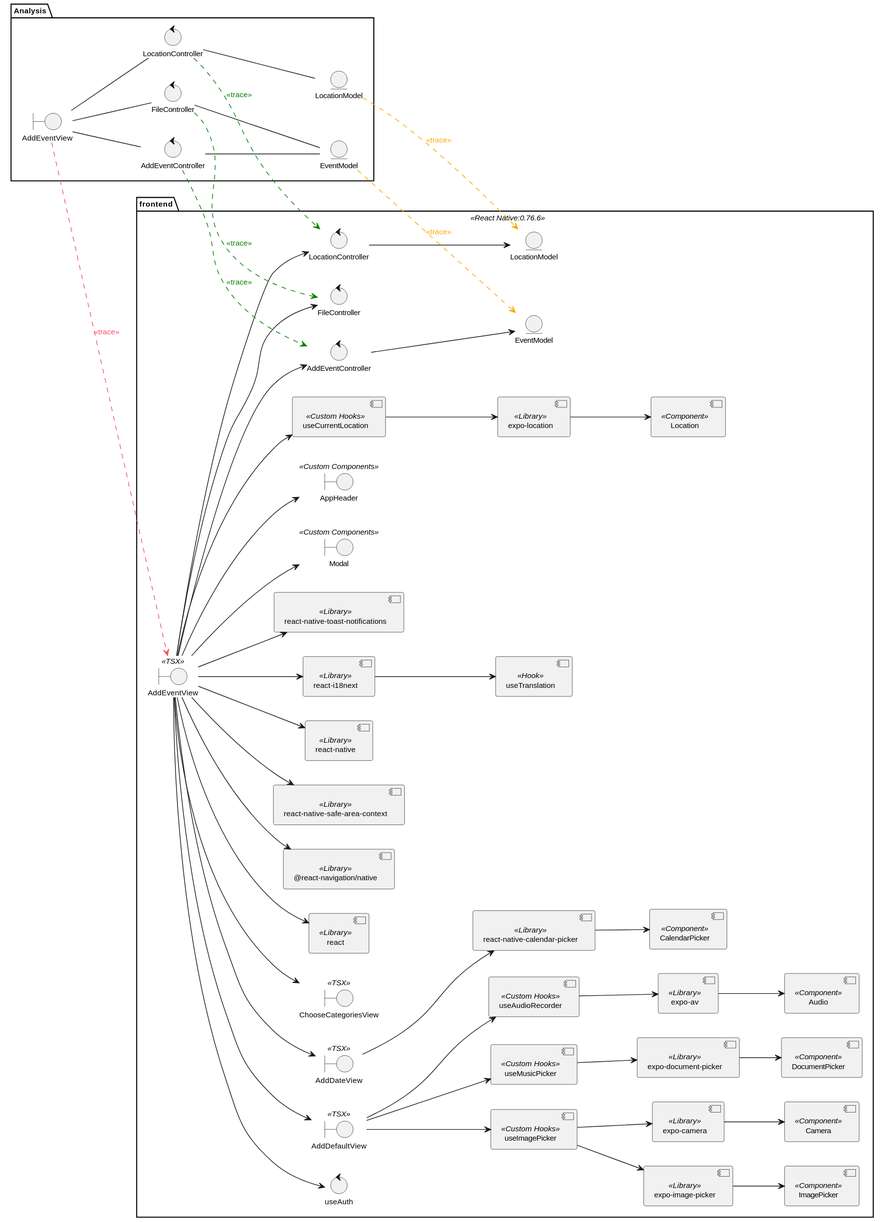
Before: Diseño/React Native/UC 6 Diseño/diagramas/TraceAnalysisClassDiagram.svg, a diagram exported from PlantUML (valeraruggierotesisucv/tesis-frameworks-mobile-diagrams).
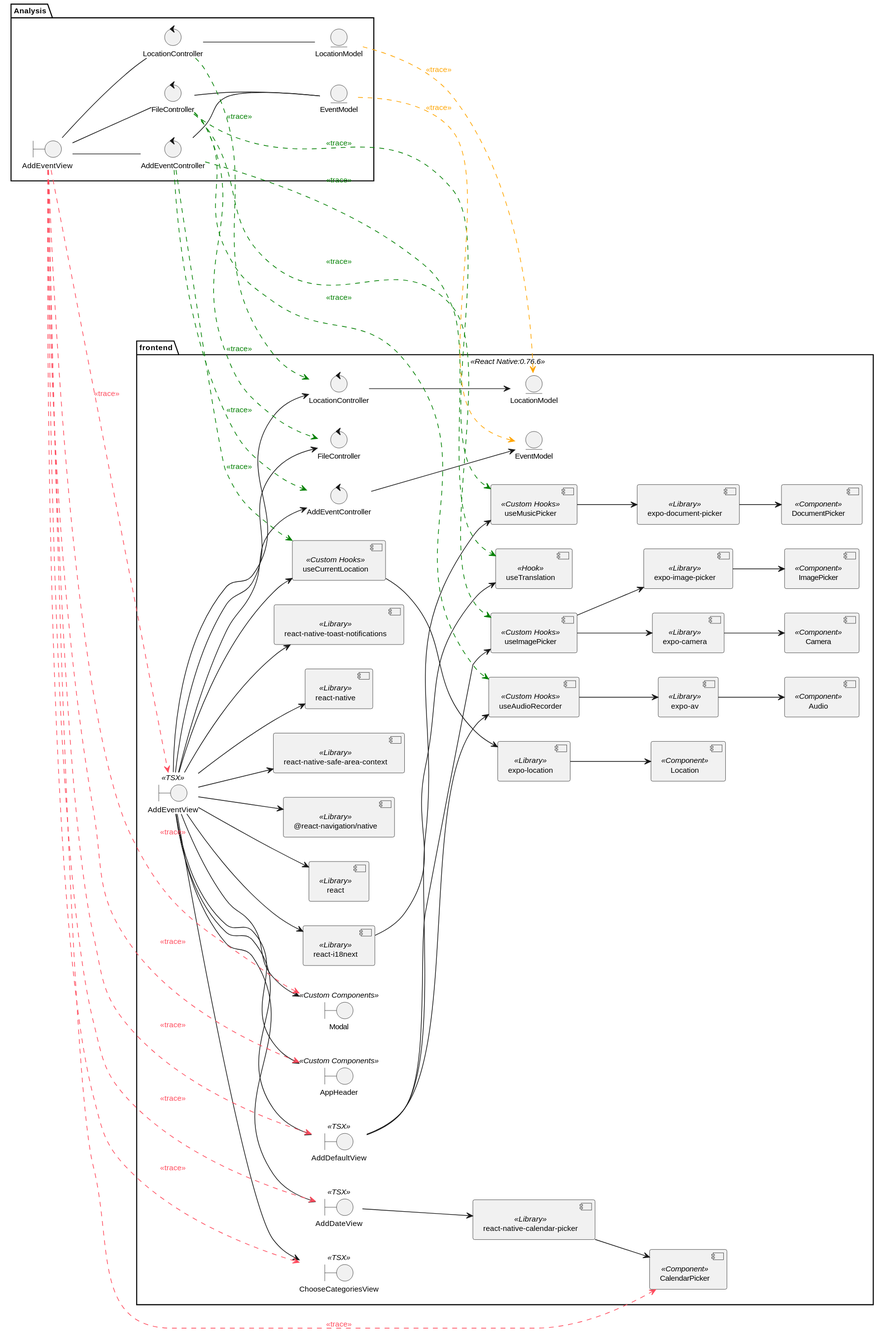
Later version of the same file.

Diff of the diagram source:
```diff
@@ -74,7 +74,7 @@
     control "AddEventController" as AddEventController
     control "LocationController" as LocationController
     control "FileController" as FileController
-    control "useAuth" as useAuth
+
 
     entity "EventModel" as EventModel
     entity "LocationModel" as LocationModel
@@ -121,16 +121,28 @@
 addEventView --> AddEventController
 addEventView --> LocationController
 addEventView --> FileController
-addEventView --> useAuth
 
 AddEventController --> EventModel
 LocationController --> LocationModel
 
 
 addEventViewAnalysis .[#ff4b5d].> addEventView : <font color=#ff4b5d><<trace>></font>
+addEventViewAnalysis .[#ff4b5d].> AddDefaultView : <font color=#ff4b5d><<trace>></font>
+addEventViewAnalysis .[#ff4b5d].> AddDateView : <font color=#ff4b5d><<trace>></font>
+addEventViewAnalysis .[#ff4b5d].> ChooseCategoriesView : <font color=#ff4b5d><<trace>></font>
+addEventViewAnalysis .[#ff4b5d].> AppHeader : <font color=#ff4b5d><<trace>></font>
+addEventViewAnalysis .[#ff4b5d].> Modal : <font color=#ff4b5d><<trace>></font>
+addEventViewAnalysis .[#ff4b5d].> CalendarPicker : <font color=#ff4b5d><<trace>></font>
+
 fileController .[#green].> FileController : <font color=green><<trace>></font>
 addEventController .[#green].> AddEventController : <font color=green><<trace>></font>
 locationController .[#green].> LocationController : <font color=green><<trace>></font>
+fileController .[#green].> useAudioRecorder : <font color=green><<trace>></font>
+fileController .[#green].> useImagePicker : <font color=green><<trace>></font>
+fileController .[#green].> useMusicPicker : <font color=green><<trace>></font>
+addEventController .[#green].> useCurrentLocation : <font color=green><<trace>></font>
+addEventController .[#green].> useTranslation : <font color=green><<trace>></font>
+
 eventModel .[#orange].> EventModel : <font color=orange><<trace>></font>
 locationModel .[#orange].> LocationModel : <font color=orange><<trace>></font>
 @enduml
```
